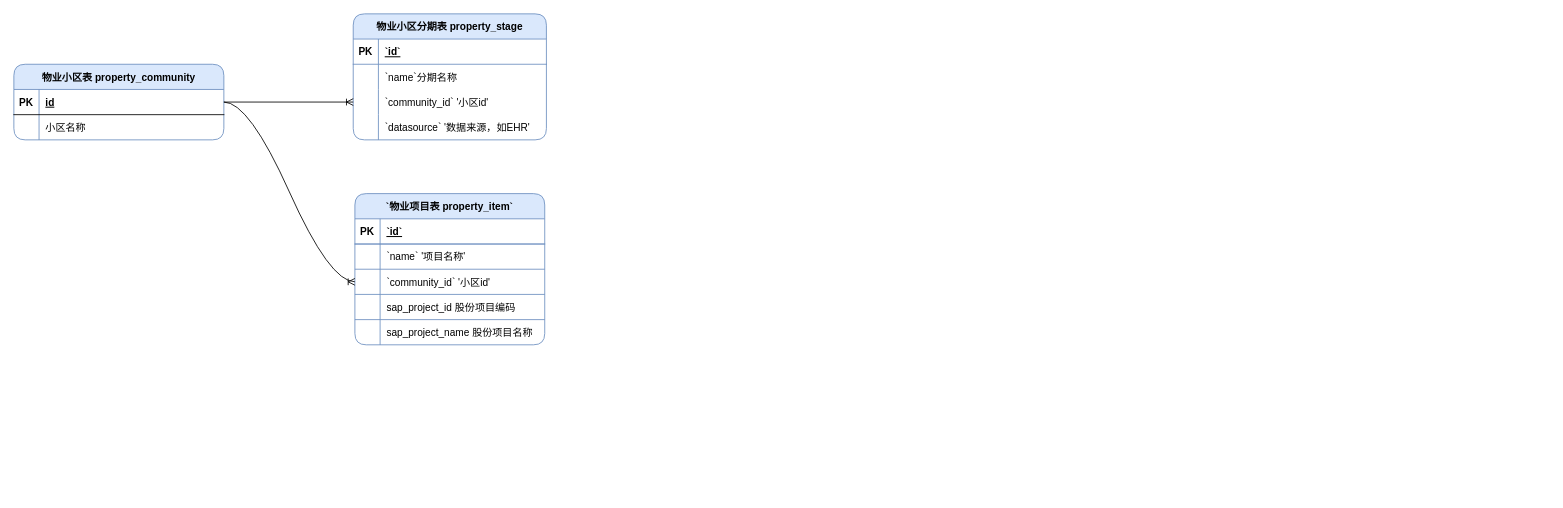
This is 物业系统.drawio from juesuchen/diagrams, a draw.io file, before an edit. Source tidied: cells renumbered, new cells numbered last; positions are measured from the earlier drawing's top-left corner, leaving out a move shared by most shapes. Both pictures are drawn from the tidied source at 84%, with x=0, y=0 at pixel (13, 13).
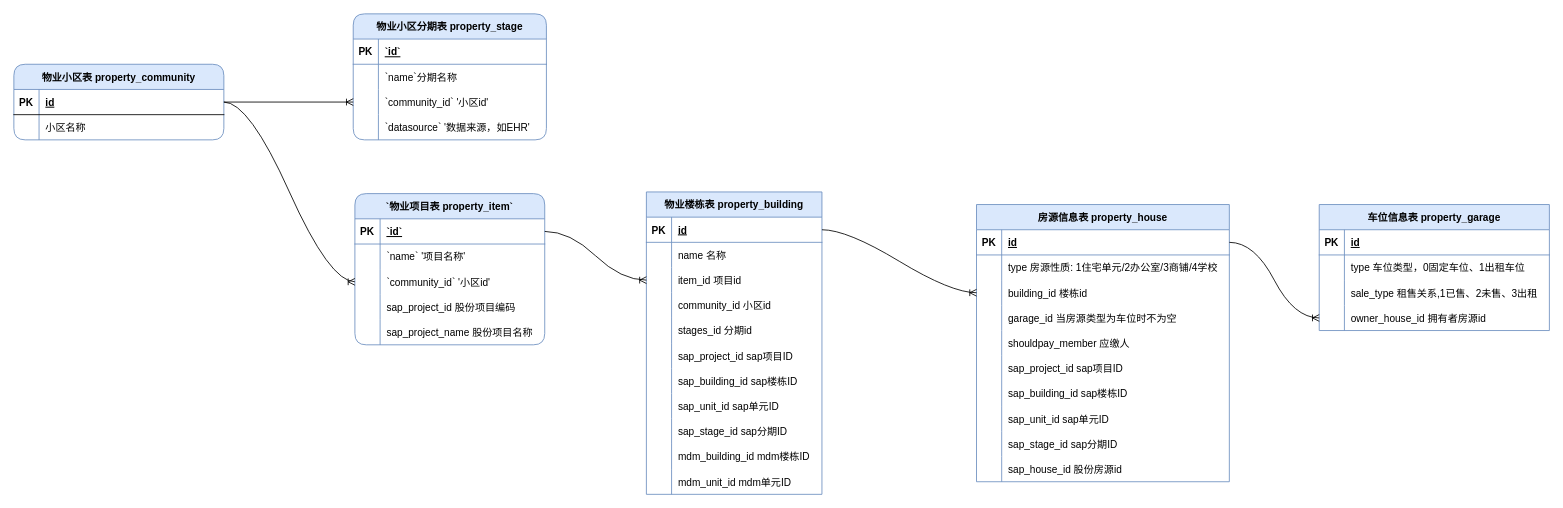
After the change.

Commit message (it also covers changes not shown here):
更新物业系统.drawio

Unchanged cells that the change refers to:
```xml
<mxCell id="24" style="shape=tableRow;horizontal=0;startSize=0;swimlaneHead=0;swimlaneBody=0;fillColor=none;points=[[0,0.5],[1,0.5]];portConstraint=eastwest;strokeColor=inherit;top=0;left=0;right=0;bottom=1;" parent="23" vertex="1">
  <mxGeometry y="30" width="226" height="30" as="geometry" />
</mxCell>
```

Diff of the diagram source:
```diff
@@
-    <mxCell id="23" value="`物业项目表 property_item`" style="shape=table;startSize=30;childLayout=tableLayout;rowLines=1;fontStyle=1;align=center;fillColor=#dae8fc;fillStyle=auto;strokeColor=#6c8ebf;columnLines=1;resizeLastRow=0;noLabel=0;rounded=1;" parent="1" vertex="1">
+    <mxCell id="23" value="`物业项目表 property_item`" style="shape=table;startSize=30;childLayout=tableLayout;rowLines=0;fontStyle=1;align=center;fillColor=#dae8fc;fillStyle=auto;strokeColor=#6c8ebf;columnLines=1;resizeLastRow=0;noLabel=0;rounded=1;" parent="1" vertex="1">
       <mxGeometry x="406" y="214" width="226" height="180" as="geometry" />
     </mxCell>
@@
+    <mxCell id="40" value="物业楼栋表 property_building" style="shape=table;startSize=30;childLayout=tableLayout;rowLines=0;fontStyle=1;align=center;fillColor=#dae8fc;strokeColor=#6c8ebf;" parent="1" vertex="1">
+      <mxGeometry x="753" y="212" width="209" height="360" as="geometry" />
+    </mxCell>
+    <mxCell id="41" style="shape=tableRow;horizontal=0;startSize=0;swimlaneHead=0;swimlaneBody=0;fillColor=none;points=[[0,0.5],[1,0.5]];portConstraint=eastwest;strokeColor=inherit;top=0;left=0;right=0;bottom=1;" parent="40" vertex="1">
+      <mxGeometry y="30" width="209" height="30" as="geometry" />
+    </mxCell>
+    <mxCell id="42" value="PK" style="shape=partialRectangle;overflow=hidden;fillColor=none;strokeColor=inherit;top=0;left=0;bottom=0;right=0;fontStyle=1;" parent="41" vertex="1">
+      <mxGeometry width="30" height="30" as="geometry" />
+    </mxCell>
+    <mxCell id="43" value="id " style="shape=partialRectangle;overflow=hidden;fillColor=none;align=left;strokeColor=inherit;top=0;left=0;bottom=0;right=0;spacingLeft=6;fontStyle=5;" parent="41" vertex="1">
+      <mxGeometry x="30" width="179" height="30" as="geometry" />
+    </mxCell>
+    <mxCell id="44" style="shape=tableRow;horizontal=0;startSize=0;swimlaneHead=0;swimlaneBody=0;fillColor=none;strokeColor=inherit;top=0;left=0;right=0;bottom=0;" parent="40" vertex="1">
+      <mxGeometry y="60" width="209" height="30" as="geometry" />
+    </mxCell>
+    <mxCell id="45" style="shape=partialRectangle;overflow=hidden;fillColor=none;strokeColor=inherit;top=0;left=0;bottom=0;right=0;" parent="44" vertex="1">
+      <mxGeometry width="30" height="30" as="geometry" />
+    </mxCell>
+    <mxCell id="46" value="name 名称" style="shape=partialRectangle;overflow=hidden;fillColor=none;align=left;strokeColor=inherit;top=0;left=0;bottom=0;right=0;spacingLeft=6;" parent="44" vertex="1">
+      <mxGeometry x="30" width="179" height="30" as="geometry" />
+    </mxCell>
+    <mxCell id="47" style="shape=tableRow;horizontal=0;startSize=0;swimlaneHead=0;swimlaneBody=0;fillColor=none;points=[[0,0.5],[1,0.5]];portConstraint=eastwest;strokeColor=inherit;top=0;left=0;right=0;bottom=0;" parent="40" vertex="1">
+      <mxGeometry y="90" width="209" height="30" as="geometry" />
+    </mxCell>
+    <mxCell id="48" style="shape=partialRectangle;overflow=hidden;fillColor=none;strokeColor=inherit;top=0;left=0;bottom=0;right=0;" parent="47" vertex="1">
+      <mxGeometry width="30" height="30" as="geometry" />
+    </mxCell>
+    <mxCell id="49" value="item_id 项目id" style="shape=partialRectangle;overflow=hidden;fillColor=none;align=left;strokeColor=inherit;top=0;left=0;bottom=0;right=0;spacingLeft=6;" parent="47" vertex="1">
+      <mxGeometry x="30" width="179" height="30" as="geometry" />
+    </mxCell>
+    <mxCell id="50" style="shape=tableRow;horizontal=0;startSize=0;swimlaneHead=0;swimlaneBody=0;fillColor=none;strokeColor=inherit;top=0;left=0;right=0;bottom=0;" parent="40" vertex="1">
+      <mxGeometry y="120" width="209" height="30" as="geometry" />
+    </mxCell>
+    <mxCell id="51" style="shape=partialRectangle;overflow=hidden;fillColor=none;strokeColor=inherit;top=0;left=0;bottom=0;right=0;" parent="50" vertex="1">
+      <mxGeometry width="30" height="30" as="geometry" />
+    </mxCell>
+    <mxCell id="52" value="community_id 小区id" style="shape=partialRectangle;overflow=hidden;fillColor=none;align=left;strokeColor=inherit;top=0;left=0;bottom=0;right=0;spacingLeft=6;" parent="50" vertex="1">
+      <mxGeometry x="30" width="179" height="30" as="geometry" />
+    </mxCell>
+    <mxCell id="53" style="shape=tableRow;horizontal=0;startSize=0;swimlaneHead=0;swimlaneBody=0;fillColor=none;strokeColor=inherit;top=0;left=0;right=0;bottom=0;" parent="40" vertex="1">
+      <mxGeometry y="150" width="209" height="30" as="geometry" />
+    </mxCell>
+    <mxCell id="54" style="shape=partialRectangle;overflow=hidden;fillColor=none;strokeColor=inherit;top=0;left=0;bottom=0;right=0;" parent="53" vertex="1">
+      <mxGeometry width="30" height="30" as="geometry" />
+    </mxCell>
+    <mxCell id="55" value="stages_id 分期id" style="shape=partialRectangle;overflow=hidden;fillColor=none;align=left;strokeColor=inherit;top=0;left=0;bottom=0;right=0;spacingLeft=6;" parent="53" vertex="1">
+      <mxGeometry x="30" width="179" height="30" as="geometry" />
+    </mxCell>
+    <mxCell id="56" style="shape=tableRow;horizontal=0;startSize=0;swimlaneHead=0;swimlaneBody=0;fillColor=none;strokeColor=inherit;top=0;left=0;right=0;bottom=0;" parent="40" vertex="1">
+      <mxGeometry y="180" width="209" height="30" as="geometry" />
+    </mxCell>
+    <mxCell id="57" style="shape=partialRectangle;overflow=hidden;fillColor=none;strokeColor=inherit;top=0;left=0;bottom=0;right=0;" parent="56" vertex="1">
+      <mxGeometry width="30" height="30" as="geometry" />
+    </mxCell>
+    <mxCell id="58" value="sap_project_id sap项目ID" style="shape=partialRectangle;overflow=hidden;fillColor=none;align=left;strokeColor=inherit;top=0;left=0;bottom=0;right=0;spacingLeft=6;" parent="56" vertex="1">
+      <mxGeometry x="30" width="179" height="30" as="geometry" />
+    </mxCell>
+    <mxCell id="59" style="shape=tableRow;horizontal=0;startSize=0;swimlaneHead=0;swimlaneBody=0;fillColor=none;strokeColor=inherit;top=0;left=0;right=0;bottom=0;" parent="40" vertex="1">
+      <mxGeometry y="210" width="209" height="30" as="geometry" />
+    </mxCell>
+    <mxCell id="60" style="shape=partialRectangle;overflow=hidden;fillColor=none;strokeColor=inherit;top=0;left=0;bottom=0;right=0;" parent="59" vertex="1">
+      <mxGeometry width="30" height="30" as="geometry" />
+    </mxCell>
+    <mxCell id="61" value="sap_building_id sap楼栋ID" style="shape=partialRectangle;overflow=hidden;fillColor=none;align=left;strokeColor=inherit;top=0;left=0;bottom=0;right=0;spacingLeft=6;" parent="59" vertex="1">
+      <mxGeometry x="30" width="179" height="30" as="geometry" />
+    </mxCell>
+    <mxCell id="62" style="shape=tableRow;horizontal=0;startSize=0;swimlaneHead=0;swimlaneBody=0;fillColor=none;strokeColor=inherit;top=0;left=0;right=0;bottom=0;" parent="40" vertex="1">
+      <mxGeometry y="240" width="209" height="30" as="geometry" />
+    </mxCell>
+    <mxCell id="63" style="shape=partialRectangle;overflow=hidden;fillColor=none;strokeColor=inherit;top=0;left=0;bottom=0;right=0;" parent="62" vertex="1">
+      <mxGeometry width="30" height="30" as="geometry" />
+    </mxCell>
+    <mxCell id="64" value="sap_unit_id sap单元ID" style="shape=partialRectangle;overflow=hidden;fillColor=none;align=left;strokeColor=inherit;top=0;left=0;bottom=0;right=0;spacingLeft=6;" parent="62" vertex="1">
+      <mxGeometry x="30" width="179" height="30" as="geometry" />
+    </mxCell>
+    <mxCell id="65" style="shape=tableRow;horizontal=0;startSize=0;swimlaneHead=0;swimlaneBody=0;fillColor=none;strokeColor=inherit;top=0;left=0;right=0;bottom=0;" parent="40" vertex="1">
+      <mxGeometry y="270" width="209" height="30" as="geometry" />
+    </mxCell>
+    <mxCell id="66" style="shape=partialRectangle;overflow=hidden;fillColor=none;strokeColor=inherit;top=0;left=0;bottom=0;right=0;" parent="65" vertex="1">
+      <mxGeometry width="30" height="30" as="geometry" />
+    </mxCell>
+    <mxCell id="67" value="sap_stage_id sap分期ID" style="shape=partialRectangle;overflow=hidden;fillColor=none;align=left;strokeColor=inherit;top=0;left=0;bottom=0;right=0;spacingLeft=6;" parent="65" vertex="1">
+      <mxGeometry x="30" width="179" height="30" as="geometry" />
+    </mxCell>
+    <mxCell id="68" style="shape=tableRow;horizontal=0;startSize=0;swimlaneHead=0;swimlaneBody=0;fillColor=none;strokeColor=inherit;top=0;left=0;right=0;bottom=0;" parent="40" vertex="1">
+      <mxGeometry y="300" width="209" height="30" as="geometry" />
+    </mxCell>
+    <mxCell id="69" style="shape=partialRectangle;overflow=hidden;fillColor=none;strokeColor=inherit;top=0;left=0;bottom=0;right=0;" parent="68" vertex="1">
+      <mxGeometry width="30" height="30" as="geometry" />
+    </mxCell>
+    <mxCell id="70" value="mdm_building_id mdm楼栋ID" style="shape=partialRectangle;overflow=hidden;fillColor=none;align=left;strokeColor=inherit;top=0;left=0;bottom=0;right=0;spacingLeft=6;" parent="68" vertex="1">
+      <mxGeometry x="30" width="179" height="30" as="geometry" />
+    </mxCell>
+    <mxCell id="71" style="shape=tableRow;horizontal=0;startSize=0;swimlaneHead=0;swimlaneBody=0;fillColor=none;strokeColor=inherit;top=0;left=0;right=0;bottom=0;" parent="40" vertex="1">
+      <mxGeometry y="330" width="209" height="30" as="geometry" />
+    </mxCell>
+    <mxCell id="72" style="shape=partialRectangle;overflow=hidden;fillColor=none;strokeColor=inherit;top=0;left=0;bottom=0;right=0;" parent="71" vertex="1">
+      <mxGeometry width="30" height="30" as="geometry" />
+    </mxCell>
+    <mxCell id="73" value="mdm_unit_id mdm单元ID" style="shape=partialRectangle;overflow=hidden;fillColor=none;align=left;strokeColor=inherit;top=0;left=0;bottom=0;right=0;spacingLeft=6;" parent="71" vertex="1">
+      <mxGeometry x="30" width="179" height="30" as="geometry" />
+    </mxCell>
+    <mxCell id="74" style="edgeStyle=entityRelationEdgeStyle;fontSize=12;html=1;endArrow=ERoneToMany;rounded=0;fontFamily=Helvetica;fontColor=default;fontStyle=1;curved=1;exitX=1;exitY=0.5;exitDx=0;exitDy=0;" parent="1" edge="1" source="24" target="47">
+      <mxGeometry relative="1" as="geometry" />
+    </mxCell>
+    <mxCell id="75" value="房源信息表 property_house" style="shape=table;startSize=30;childLayout=tableLayout;rowLines=0;fontStyle=1;align=center;fillColor=#dae8fc;strokeColor=#6c8ebf;" parent="1" vertex="1">
+      <mxGeometry x="1146" y="227" width="301" height="330" as="geometry" />
+    </mxCell>
+    <mxCell id="76" style="shape=tableRow;horizontal=0;startSize=0;swimlaneHead=0;swimlaneBody=0;fillColor=none;points=[[0,0.5],[1,0.5]];portConstraint=eastwest;strokeColor=inherit;top=0;left=0;right=0;bottom=1;" parent="75" vertex="1">
+      <mxGeometry y="30" width="301" height="30" as="geometry" />
+    </mxCell>
+    <mxCell id="77" value="PK" style="shape=partialRectangle;overflow=hidden;fillColor=none;strokeColor=inherit;top=0;left=0;bottom=0;right=0;fontStyle=1;" parent="76" vertex="1">
+      <mxGeometry width="30" height="30" as="geometry" />
+    </mxCell>
+    <mxCell id="78" value="id " style="shape=partialRectangle;overflow=hidden;fillColor=none;align=left;strokeColor=inherit;top=0;left=0;bottom=0;right=0;spacingLeft=6;fontStyle=5;" parent="76" vertex="1">
+      <mxGeometry x="30" width="271" height="30" as="geometry" />
+    </mxCell>
+    <mxCell id="79" style="shape=tableRow;horizontal=0;startSize=0;swimlaneHead=0;swimlaneBody=0;fillColor=none;strokeColor=inherit;top=0;left=0;right=0;bottom=0;" parent="75" vertex="1">
+      <mxGeometry y="60" width="301" height="30" as="geometry" />
+    </mxCell>
+    <mxCell id="80" style="shape=partialRectangle;overflow=hidden;fillColor=none;strokeColor=inherit;top=0;left=0;bottom=0;right=0;" parent="79" vertex="1">
+      <mxGeometry width="30" height="30" as="geometry" />
+    </mxCell>
+    <mxCell id="81" value="type 房源性质: 1住宅单元/2办公室/3商铺/4学校" style="shape=partialRectangle;overflow=hidden;fillColor=none;align=left;strokeColor=inherit;top=0;left=0;bottom=0;right=0;spacingLeft=6;" parent="79" vertex="1">
+      <mxGeometry x="30" width="271" height="30" as="geometry" />
+    </mxCell>
+    <mxCell id="82" style="shape=tableRow;horizontal=0;startSize=0;swimlaneHead=0;swimlaneBody=0;fillColor=none;points=[[0,0.5],[1,0.5]];portConstraint=eastwest;strokeColor=inherit;top=0;left=0;right=0;bottom=0;" parent="75" vertex="1">
+      <mxGeometry y="90" width="301" height="30" as="geometry" />
+    </mxCell>
+    <mxCell id="83" style="shape=partialRectangle;overflow=hidden;fillColor=none;strokeColor=inherit;top=0;left=0;bottom=0;right=0;" parent="82" vertex="1">
+      <mxGeometry width="30" height="30" as="geometry" />
+    </mxCell>
+    <mxCell id="84" value="building_id 楼栋id" style="shape=partialRectangle;overflow=hidden;fillColor=none;align=left;strokeColor=inherit;top=0;left=0;bottom=0;right=0;spacingLeft=6;" parent="82" vertex="1">
+      <mxGeometry x="30" width="271" height="30" as="geometry" />
+    </mxCell>
+    <mxCell id="85" style="shape=tableRow;horizontal=0;startSize=0;swimlaneHead=0;swimlaneBody=0;fillColor=none;strokeColor=inherit;top=0;left=0;right=0;bottom=0;" parent="75" vertex="1">
+      <mxGeometry y="120" width="301" height="30" as="geometry" />
+    </mxCell>
+    <mxCell id="86" style="shape=partialRectangle;overflow=hidden;fillColor=none;strokeColor=inherit;top=0;left=0;bottom=0;right=0;" parent="85" vertex="1">
+      <mxGeometry width="30" height="30" as="geometry" />
+    </mxCell>
+    <mxCell id="87" value="garage_id 当房源类型为车位时不为空" style="shape=partialRectangle;overflow=hidden;fillColor=none;align=left;strokeColor=inherit;top=0;left=0;bottom=0;right=0;spacingLeft=6;" parent="85" vertex="1">
+      <mxGeometry x="30" width="271" height="30" as="geometry" />
+    </mxCell>
+    <mxCell id="88" style="shape=tableRow;horizontal=0;startSize=0;swimlaneHead=0;swimlaneBody=0;fillColor=none;strokeColor=inherit;top=0;left=0;right=0;bottom=0;" parent="75" vertex="1">
+      <mxGeometry y="150" width="301" height="30" as="geometry" />
+    </mxCell>
+    <mxCell id="89" style="shape=partialRectangle;overflow=hidden;fillColor=none;strokeColor=inherit;top=0;left=0;bottom=0;right=0;" parent="88" vertex="1">
+      <mxGeometry width="30" height="30" as="geometry" />
+    </mxCell>
+    <mxCell id="90" value="shouldpay_member 应缴人" style="shape=partialRectangle;overflow=hidden;fillColor=none;align=left;strokeColor=inherit;top=0;left=0;bottom=0;right=0;spacingLeft=6;" parent="88" vertex="1">
+      <mxGeometry x="30" width="271" height="30" as="geometry" />
+    </mxCell>
+    <mxCell id="91" style="shape=tableRow;horizontal=0;startSize=0;swimlaneHead=0;swimlaneBody=0;fillColor=none;strokeColor=inherit;top=0;left=0;right=0;bottom=0;" parent="75" vertex="1">
+      <mxGeometry y="180" width="301" height="30" as="geometry" />
+    </mxCell>
+    <mxCell id="92" style="shape=partialRectangle;overflow=hidden;fillColor=none;strokeColor=inherit;top=0;left=0;bottom=0;right=0;" parent="91" vertex="1">
+      <mxGeometry width="30" height="30" as="geometry" />
+    </mxCell>
+    <mxCell id="93" value="sap_project_id sap项目ID" style="shape=partialRectangle;overflow=hidden;fillColor=none;align=left;strokeColor=inherit;top=0;left=0;bottom=0;right=0;spacingLeft=6;" parent="91" vertex="1">
+      <mxGeometry x="30" width="271" height="30" as="geometry" />
+    </mxCell>
+    <mxCell id="94" style="shape=tableRow;horizontal=0;startSize=0;swimlaneHead=0;swimlaneBody=0;fillColor=none;strokeColor=inherit;top=0;left=0;right=0;bottom=0;" parent="75" vertex="1">
+      <mxGeometry y="210" width="301" height="30" as="geometry" />
+    </mxCell>
+    <mxCell id="95" style="shape=partialRectangle;overflow=hidden;fillColor=none;strokeColor=inherit;top=0;left=0;bottom=0;right=0;" parent="94" vertex="1">
+      <mxGeometry width="30" height="30" as="geometry" />
+    </mxCell>
+    <mxCell id="96" value="sap_building_id sap楼栋ID" style="shape=partialRectangle;overflow=hidden;fillColor=none;align=left;strokeColor=inherit;top=0;left=0;bottom=0;right=0;spacingLeft=6;" parent="94" vertex="1">
+      <mxGeometry x="30" width="271" height="30" as="geometry" />
+    </mxCell>
+    <mxCell id="97" style="shape=tableRow;horizontal=0;startSize=0;swimlaneHead=0;swimlaneBody=0;fillColor=none;strokeColor=inherit;top=0;left=0;right=0;bottom=0;" parent="75" vertex="1">
+      <mxGeometry y="240" width="301" height="30" as="geometry" />
+    </mxCell>
+    <mxCell id="98" style="shape=partialRectangle;overflow=hidden;fillColor=none;strokeColor=inherit;top=0;left=0;bottom=0;right=0;" parent="97" vertex="1">
+      <mxGeometry width="30" height="30" as="geometry" />
+    </mxCell>
+    <mxCell id="99" value="sap_unit_id sap单元ID" style="shape=partialRectangle;overflow=hidden;fillColor=none;align=left;strokeColor=inherit;top=0;left=0;bottom=0;right=0;spacingLeft=6;" parent="97" vertex="1">
+      <mxGeometry x="30" width="271" height="30" as="geometry" />
+    </mxCell>
+    <mxCell id="100" style="shape=tableRow;horizontal=0;startSize=0;swimlaneHead=0;swimlaneBody=0;fillColor=none;strokeColor=inherit;top=0;left=0;right=0;bottom=0;" parent="75" vertex="1">
+      <mxGeometry y="270" width="301" height="30" as="geometry" />
+    </mxCell>
+    <mxCell id="101" style="shape=partialRectangle;overflow=hidden;fillColor=none;strokeColor=inherit;top=0;left=0;bottom=0;right=0;" parent="100" vertex="1">
+      <mxGeometry width="30" height="30" as="geometry" />
+    </mxCell>
+    <mxCell id="102" value="sap_stage_id sap分期ID" style="shape=partialRectangle;overflow=hidden;fillColor=none;align=left;strokeColor=inherit;top=0;left=0;bottom=0;right=0;spacingLeft=6;" parent="100" vertex="1">
+      <mxGeometry x="30" width="271" height="30" as="geometry" />
+    </mxCell>
+    <mxCell id="103" style="shape=tableRow;horizontal=0;startSize=0;swimlaneHead=0;swimlaneBody=0;fillColor=none;strokeColor=inherit;top=0;left=0;right=0;bottom=0;" parent="75" vertex="1">
+      <mxGeometry y="300" width="301" height="30" as="geometry" />
+    </mxCell>
+    <mxCell id="104" style="shape=partialRectangle;overflow=hidden;fillColor=none;strokeColor=inherit;top=0;left=0;bottom=0;right=0;" parent="103" vertex="1">
+      <mxGeometry width="30" height="30" as="geometry" />
+    </mxCell>
+    <mxCell id="105" value="sap_house_id 股份房源id" style="shape=partialRectangle;overflow=hidden;fillColor=none;align=left;strokeColor=inherit;top=0;left=0;bottom=0;right=0;spacingLeft=6;" parent="103" vertex="1">
+      <mxGeometry x="30" width="271" height="30" as="geometry" />
+    </mxCell>
+    <mxCell id="106" style="edgeStyle=entityRelationEdgeStyle;fontSize=12;html=1;endArrow=ERoneToMany;rounded=0;fontFamily=Helvetica;fontColor=default;fontStyle=1;curved=1;exitX=1;exitY=0.5;exitDx=0;exitDy=0;" parent="1" edge="1" source="41" target="82">
+      <mxGeometry relative="1" as="geometry" />
+    </mxCell>
+    <mxCell id="107" value="车位信息表 property_garage" style="shape=table;startSize=30;childLayout=tableLayout;rowLines=0;fontStyle=1;align=center;fillColor=#dae8fc;strokeColor=#6c8ebf;" parent="1" vertex="1">
+      <mxGeometry x="1554" y="227" width="274" height="150" as="geometry" />
+    </mxCell>
+    <mxCell id="108" style="shape=tableRow;horizontal=0;startSize=0;swimlaneHead=0;swimlaneBody=0;fillColor=none;strokeColor=inherit;top=0;left=0;right=0;bottom=1;" parent="107" vertex="1">
+      <mxGeometry y="30" width="274" height="30" as="geometry" />
+    </mxCell>
+    <mxCell id="109" value="PK" style="shape=partialRectangle;overflow=hidden;fillColor=none;strokeColor=inherit;top=0;left=0;bottom=0;right=0;fontStyle=1;" parent="108" vertex="1">
+      <mxGeometry width="30" height="30" as="geometry" />
+    </mxCell>
+    <mxCell id="110" value="id " style="shape=partialRectangle;overflow=hidden;fillColor=none;align=left;strokeColor=inherit;top=0;left=0;bottom=0;right=0;spacingLeft=6;fontStyle=5;" parent="108" vertex="1">
+      <mxGeometry x="30" width="244" height="30" as="geometry" />
+    </mxCell>
+    <mxCell id="111" style="shape=tableRow;horizontal=0;startSize=0;swimlaneHead=0;swimlaneBody=0;fillColor=none;strokeColor=inherit;top=0;left=0;right=0;bottom=0;" parent="107" vertex="1">
+      <mxGeometry y="60" width="274" height="30" as="geometry" />
+    </mxCell>
+    <mxCell id="112" style="shape=partialRectangle;overflow=hidden;fillColor=none;strokeColor=inherit;top=0;left=0;bottom=0;right=0;" parent="111" vertex="1">
+      <mxGeometry width="30" height="30" as="geometry" />
+    </mxCell>
+    <mxCell id="113" value="type 车位类型，0固定车位、1出租车位" style="shape=partialRectangle;overflow=hidden;fillColor=none;align=left;strokeColor=inherit;top=0;left=0;bottom=0;right=0;spacingLeft=6;" parent="111" vertex="1">
+      <mxGeometry x="30" width="244" height="30" as="geometry" />
+    </mxCell>
+    <mxCell id="114" style="shape=tableRow;horizontal=0;startSize=0;swimlaneHead=0;swimlaneBody=0;fillColor=none;strokeColor=inherit;top=0;left=0;right=0;bottom=0;" parent="107" vertex="1">
+      <mxGeometry y="90" width="274" height="30" as="geometry" />
+    </mxCell>
+    <mxCell id="115" style="shape=partialRectangle;overflow=hidden;fillColor=none;strokeColor=inherit;top=0;left=0;bottom=0;right=0;" parent="114" vertex="1">
+      <mxGeometry width="30" height="30" as="geometry" />
+    </mxCell>
+    <mxCell id="116" value="sale_type 租售关系,1已售、2未售、3出租" style="shape=partialRectangle;overflow=hidden;fillColor=none;align=left;strokeColor=inherit;top=0;left=0;bottom=0;right=0;spacingLeft=6;" parent="114" vertex="1">
+      <mxGeometry x="30" width="244" height="30" as="geometry" />
+    </mxCell>
+    <mxCell id="117" style="shape=tableRow;horizontal=0;startSize=0;swimlaneHead=0;swimlaneBody=0;fillColor=none;points=[[0,0.5],[1,0.5]];portConstraint=eastwest;strokeColor=inherit;top=0;left=0;right=0;bottom=0;" parent="107" vertex="1">
+      <mxGeometry y="120" width="274" height="30" as="geometry" />
+    </mxCell>
+    <mxCell id="118" style="shape=partialRectangle;overflow=hidden;fillColor=none;strokeColor=inherit;top=0;left=0;bottom=0;right=0;" parent="117" vertex="1">
+      <mxGeometry width="30" height="30" as="geometry" />
+    </mxCell>
+    <mxCell id="119" value="owner_house_id 拥有者房源id" style="shape=partialRectangle;overflow=hidden;fillColor=none;align=left;strokeColor=inherit;top=0;left=0;bottom=0;right=0;spacingLeft=6;" parent="117" vertex="1">
+      <mxGeometry x="30" width="244" height="30" as="geometry" />
+    </mxCell>
+    <mxCell id="120" style="edgeStyle=entityRelationEdgeStyle;fontSize=12;html=1;endArrow=ERoneToMany;rounded=0;fontFamily=Helvetica;fontColor=default;fontStyle=1;curved=1;" parent="1" edge="1" source="76" target="117">
+      <mxGeometry relative="1" as="geometry" />
+    </mxCell>
```
